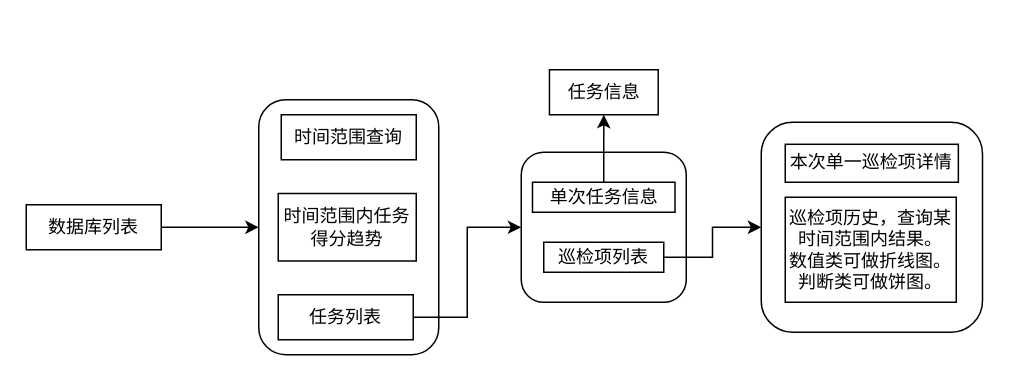
This is page_structure.drawio from Lee-7723/Git, a draw.io file, before an edit. Source tidied: cells renumbered, new cells numbered last; positions are measured from the earlier drawing's top-left corner, leaving out a move shared by most shapes. Both pictures are drawn from the tidied source at 150%, with x=0, y=0 at pixel (26, 69).
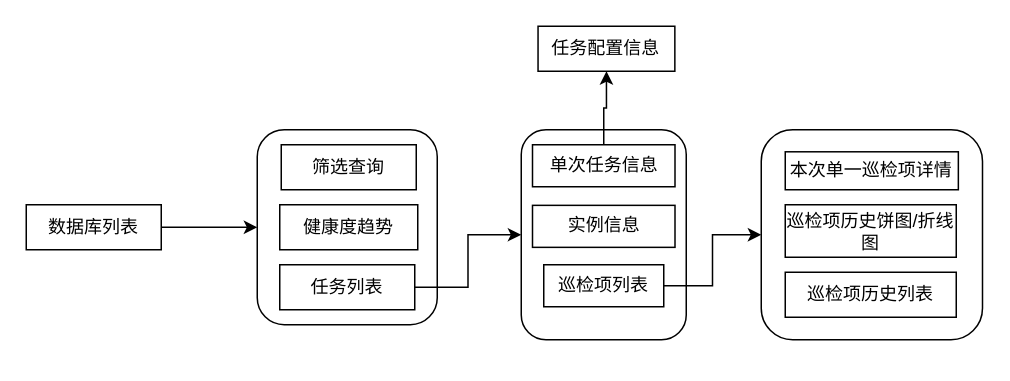
The same diagram, later.

The change refers to these unchanged cells:
```xml
<mxCell id="15" style="group;" parent="1" vertex="1">
  <mxGeometry x="155" y="20" width="120" height="170" as="geometry" />
</mxCell>
```

Change to the diagram source:
```diff
@@
     <mxCell id="4" style="group;" parent="1" vertex="1">
-      <mxGeometry x="330" y="55" width="110" height="100" as="geometry" />
+      <mxGeometry x="330" y="40" width="110" height="140" as="geometry" />
     </mxCell>
     <mxCell id="5" style="rounded=1;whiteSpace=wrap;html=1;" parent="4" vertex="1">
-      <mxGeometry width="110" height="100" as="geometry" />
+      <mxGeometry width="110" height="140" as="geometry" />
     </mxCell>
     <mxCell id="6" value="巡检项列表" style="rounded=0;whiteSpace=wrap;html=1;" parent="4" vertex="1">
-      <mxGeometry x="15" y="60" width="80" height="20" as="geometry" />
+      <mxGeometry x="15" y="90" width="80" height="28" as="geometry" />
     </mxCell>
     <mxCell id="7" value="&lt;div&gt;单次任务信息&lt;/div&gt;" style="rounded=0;whiteSpace=wrap;html=1;" parent="4" vertex="1">
-      <mxGeometry x="7.5" y="20" width="95" height="20" as="geometry" />
+      <mxGeometry x="7.5" y="10" width="95" height="28" as="geometry" />
     </mxCell>
+    <mxCell id="21" value="&lt;div&gt;实例信息&lt;/div&gt;" style="rounded=0;whiteSpace=wrap;html=1;" parent="4" vertex="1">
+      <mxGeometry x="7.5" y="50.4" width="95" height="28" as="geometry" />
+    </mxCell>
     <mxCell id="8" style="group;" parent="1" vertex="1">
-      <mxGeometry x="490" y="35" width="147.5" height="140" as="geometry" />
+      <mxGeometry x="490" y="40" width="147.5" height="140" as="geometry" />
     </mxCell>
@@
-    <mxCell id="11" value="&lt;div&gt;巡检项历史，查询某时间范围内结果。&lt;/div&gt;&lt;div&gt;数值类可做折线图。&lt;/div&gt;&lt;div&gt;判断类可做饼图。&lt;br&gt;&lt;/div&gt;" style="rounded=0;whiteSpace=wrap;html=1;" parent="8" vertex="1">
-      <mxGeometry x="16" y="50" width="114" height="70" as="geometry" />
+    <mxCell id="11" value="&lt;div&gt;巡检项历史列表&lt;/div&gt;" style="rounded=0;whiteSpace=wrap;html=1;" parent="8" vertex="1">
+      <mxGeometry x="16" y="95" width="114" height="30" as="geometry" />
     </mxCell>
+    <mxCell id="22" value="&lt;div&gt;巡检项历史饼图/折线图&lt;/div&gt;" style="rounded=0;whiteSpace=wrap;html=1;" parent="8" vertex="1">
+      <mxGeometry x="16" y="50" width="114" height="35" as="geometry" />
+    </mxCell>
@@
-    <mxCell id="13" value="任务信息" style="rounded=0;whiteSpace=wrap;html=1;" parent="1" vertex="1">
-      <mxGeometry x="348.8" width="72.5" height="30" as="geometry" />
+    <mxCell id="13" value="任务配置信息" style="rounded=0;whiteSpace=wrap;html=1;" parent="1" vertex="1">
+      <mxGeometry x="341.2" y="-29" width="91.2" height="30" as="geometry" />
     </mxCell>
@@
     <mxCell id="16" style="rounded=1;whiteSpace=wrap;html=1;" parent="15" vertex="1">
-      <mxGeometry width="120" height="170" as="geometry" />
+      <mxGeometry x="-1" y="20" width="120" height="130" as="geometry" />
     </mxCell>
     <mxCell id="17" value="&lt;div&gt;任务列表&lt;/div&gt;" style="rounded=0;whiteSpace=wrap;html=1;" parent="15" vertex="1">
-      <mxGeometry x="13" y="130" width="90" height="30" as="geometry" />
+      <mxGeometry x="14" y="110" width="90" height="30" as="geometry" />
     </mxCell>
-    <mxCell id="18" value="时间范围查询" style="rounded=0;whiteSpace=wrap;html=1;" parent="15" vertex="1">
-      <mxGeometry x="15" y="10" width="90" height="30" as="geometry" />
+    <mxCell id="18" value="筛选查询" style="rounded=0;whiteSpace=wrap;html=1;" parent="15" vertex="1">
+      <mxGeometry x="15" y="30" width="90" height="30" as="geometry" />
     </mxCell>
-    <mxCell id="19" value="时间范围内任务得分趋势" style="rounded=0;whiteSpace=wrap;html=1;" parent="15" vertex="1">
-      <mxGeometry x="13" y="62.5" width="92" height="45" as="geometry" />
+    <mxCell id="19" value="健康度趋势" style="rounded=0;whiteSpace=wrap;html=1;" parent="15" vertex="1">
+      <mxGeometry x="14" y="70" width="92" height="30" as="geometry" />
     </mxCell>
```
